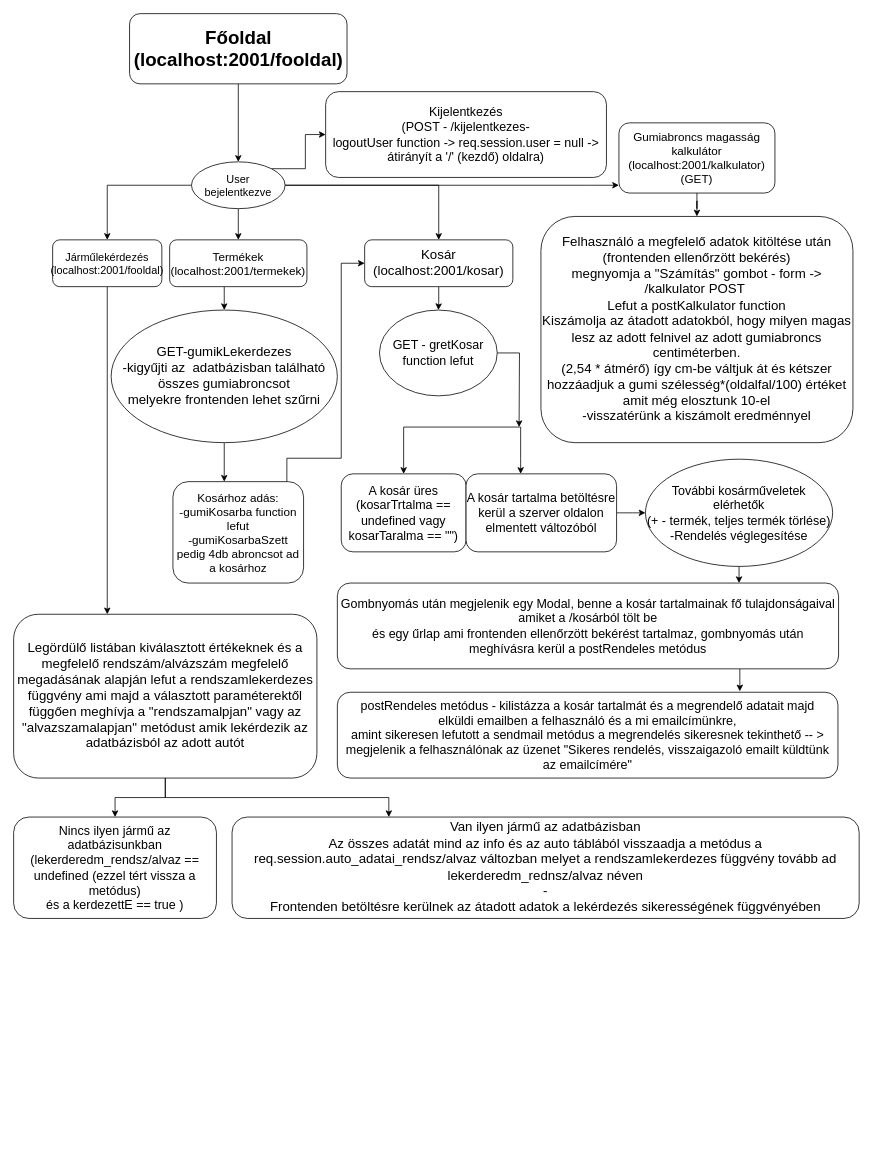
The draw.io diagram Pusoma/diagram2.drawio in szekelyaron/OKJ_vizsgaremek, before the edit. Source tidied: cells renumbered, new cells numbered last; positions are measured from the earlier drawing's top-left corner, leaving out a move shared by most shapes. Both pictures are drawn from the tidied source at 78%, with x=0, y=0 at pixel (13, 13).
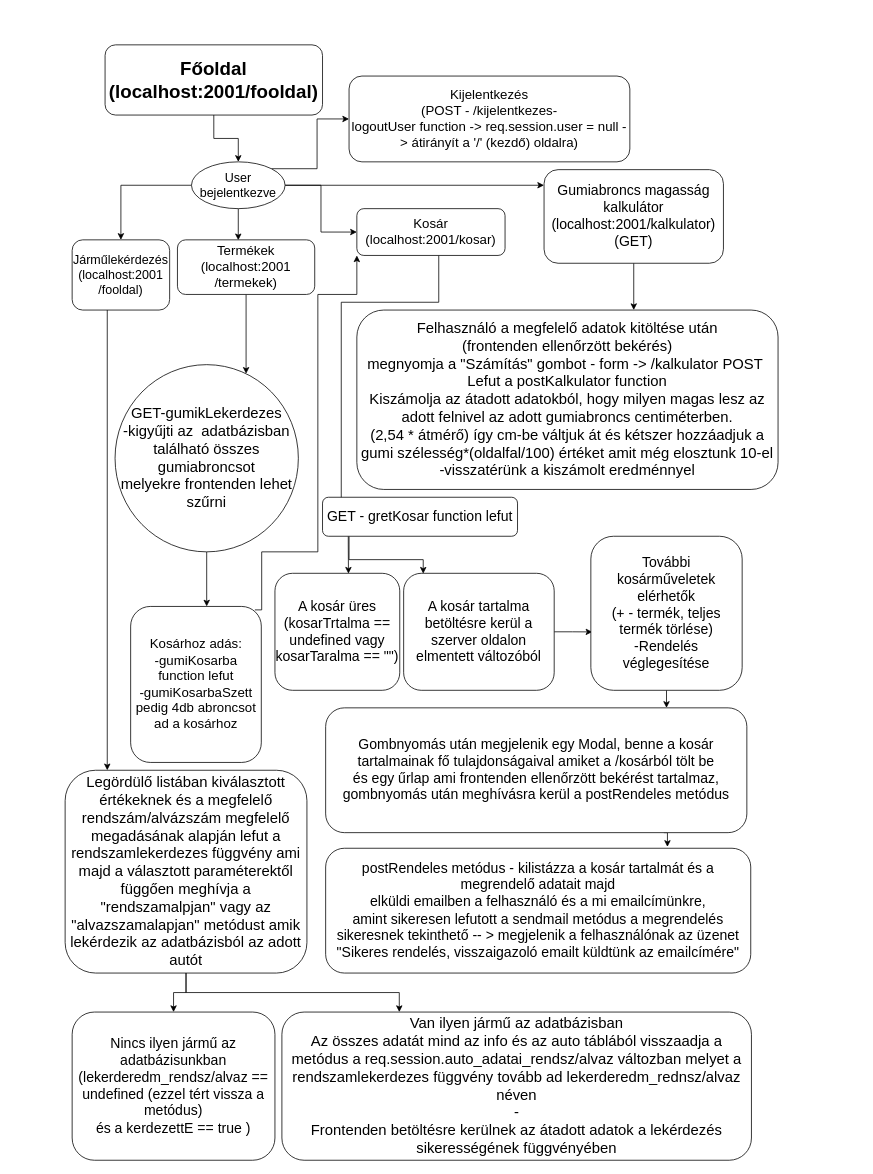
After the change.

Change to the diagram source:
```diff
@@
-    <mxCell id="2" style="edgeStyle=orthogonalEdgeStyle;rounded=0;jettySize=auto;html=1;fontSize=17;" parent="1" edge="1" source="3" target="9">
+    <mxCell id="2" style="edgeStyle=orthogonalEdgeStyle;rounded=0;jettySize=auto;html=1;entryX=0.5;entryY=0;entryDx=0;entryDy=0;" parent="1" edge="1" source="3" target="9">
       <mxGeometry relative="1" as="geometry" />
     </mxCell>
     <mxCell id="3" value="&lt;font style=&quot;font-size: 24px&quot;&gt;&lt;b&gt;Főoldal&lt;br&gt;(localhost:2001/fooldal)&lt;/b&gt;&lt;/font&gt;" style="rounded=1;whiteSpace=wrap;html=1;" parent="1" vertex="1">
-      <mxGeometry x="148.6" width="278.8" height="90" as="geometry" />
+      <mxGeometry x="117.2" y="40" width="278.8" height="90" as="geometry" />
     </mxCell>
@@
-    <mxCell id="5" style="edgeStyle=orthogonalEdgeStyle;rounded=0;jettySize=auto;html=1;fontSize=17;" parent="1" edge="1" source="9" target="14">
-      <mxGeometry relative="1" as="geometry" />
-    </mxCell>
@@
+    <mxCell id="5" style="edgeStyle=orthogonalEdgeStyle;rounded=0;jettySize=auto;html=1;entryX=0.443;entryY=0.007;entryDx=0;entryDy=0;entryPerimeter=0;fontSize=17;" parent="1" edge="1" source="9" target="14">
+      <mxGeometry relative="1" as="geometry" />
+    </mxCell>
-    <mxCell id="9" value="&lt;font style=&quot;font-size: 14px&quot;&gt;User bejelentkezve&lt;/font&gt;" style="ellipse;whiteSpace=wrap;html=1;rounded=1;" parent="1" vertex="1">
+    <mxCell id="9" value="&lt;font style=&quot;font-size: 16px&quot;&gt;User bejelentkezve&lt;/font&gt;" style="ellipse;whiteSpace=wrap;html=1;rounded=1;" parent="1" vertex="1">
       <mxGeometry x="228" y="190" width="120" height="60" as="geometry" />
     </mxCell>
-    <mxCell id="10" value="&lt;font style=&quot;font-size: 16px&quot;&gt;Kijelentkezés&lt;br&gt;(POST - /kijelentkezes- &lt;br&gt;logoutUser function -&amp;gt; req.session.user = null -&amp;gt; átirányít a '/' (kezdő) oldalra)&lt;/font&gt;" style="whiteSpace=wrap;html=1;rounded=1;" parent="1" vertex="1">
-      <mxGeometry x="400" y="100" width="360" height="110" as="geometry" />
+    <mxCell id="10" value="&lt;font style=&quot;font-size: 17px&quot;&gt;Kijelentkezés&lt;br&gt;(POST - /kijelentkezes- &lt;br&gt;logoutUser function -&amp;gt; req.session.user = null -&amp;gt; átirányít a '/' (kezdő) oldalra)&lt;/font&gt;" style="whiteSpace=wrap;html=1;rounded=1;" parent="1" vertex="1">
+      <mxGeometry x="430" y="80" width="360" height="110" as="geometry" />
     </mxCell>
@@
-    <mxCell id="12" value="&lt;font style=&quot;font-size: 14px&quot;&gt;Járműlekérdezés&lt;br&gt;(localhost:2001/fooldal)&lt;/font&gt;" style="whiteSpace=wrap;html=1;rounded=1;" parent="1" vertex="1">
-      <mxGeometry x="50" y="290" width="140" height="60" as="geometry" />
+    <mxCell id="12" value="&lt;font style=&quot;font-size: 16px&quot;&gt;Járműlekérdezés&lt;br&gt;(localhost:2001&lt;br&gt;/fooldal)&lt;/font&gt;" style="whiteSpace=wrap;html=1;rounded=1;" parent="1" vertex="1">
+      <mxGeometry x="75" y="290" width="125" height="90" as="geometry" />
     </mxCell>
@@
-    <mxCell id="14" value="&lt;font style=&quot;font-size: 15px&quot;&gt;Termékek&lt;br&gt;(localhost:2001/termekek)&lt;/font&gt;" style="whiteSpace=wrap;html=1;rounded=1;" parent="1" vertex="1">
-      <mxGeometry x="200" y="290" width="176" height="60" as="geometry" />
+    <mxCell id="14" value="&lt;font style=&quot;font-size: 17px&quot;&gt;Termékek&lt;br&gt;(localhost:2001&lt;br&gt;/termekek)&lt;/font&gt;" style="whiteSpace=wrap;html=1;rounded=1;" parent="1" vertex="1">
+      <mxGeometry x="210" y="290" width="176" height="70" as="geometry" />
     </mxCell>
-    <mxCell id="15" style="edgeStyle=orthogonalEdgeStyle;rounded=0;jettySize=auto;html=1;fontSize=17;" parent="1" edge="1" source="16" target="29">
-      <mxGeometry relative="1" as="geometry" />
+    <mxCell id="15" style="edgeStyle=orthogonalEdgeStyle;rounded=0;jettySize=auto;html=1;entryX=0.198;entryY=0.111;entryDx=0;entryDy=0;entryPerimeter=0;" parent="1" edge="1" source="16" target="29">
+      <mxGeometry relative="1" as="geometry">
+        <Array as="points">
+          <mxPoint x="545" y="370" />
+          <mxPoint x="420" y="370" />
+        </Array>
+      </mxGeometry>
     </mxCell>
     <mxCell id="16" value="&lt;font style=&quot;font-size: 17px&quot;&gt;Kosár&lt;br&gt;(localhost:2001/kosar)&lt;/font&gt;" style="whiteSpace=wrap;html=1;rounded=1;" parent="1" vertex="1">
-      <mxGeometry x="450" y="290" width="190" height="60" as="geometry" />
+      <mxGeometry x="440" y="250" width="190" height="60" as="geometry" />
     </mxCell>
     <mxCell id="17" style="edgeStyle=orthogonalEdgeStyle;rounded=0;jettySize=auto;html=1;" parent="1" edge="1" source="18" target="35">
-      <mxGeometry relative="1" as="geometry" />
+      <mxGeometry relative="1" as="geometry">
+        <Array as="points">
+          <mxPoint x="725" y="310" />
+          <mxPoint x="725" y="310" />
+        </Array>
+      </mxGeometry>
     </mxCell>
-    <mxCell id="18" value="&lt;font style=&quot;font-size: 15px&quot;&gt;Gumiabroncs magasság kalkulátor&lt;br&gt;(localhost:2001/kalkulator) (GET)&lt;/font&gt;" style="whiteSpace=wrap;html=1;rounded=1;" parent="1" vertex="1">
-      <mxGeometry x="776" y="140" width="200" height="90" as="geometry" />
+    <mxCell id="18" value="&lt;font style=&quot;font-size: 18px&quot;&gt;Gumiabroncs magasság kalkulátor&lt;br&gt;(localhost:2001/kalkulator) (GET)&lt;/font&gt;" style="whiteSpace=wrap;html=1;rounded=1;" parent="1" vertex="1">
+      <mxGeometry x="680" y="200" width="230" height="120" as="geometry" />
     </mxCell>
@@
-    <mxCell id="21" value="&lt;font style=&quot;font-size: 17px&quot;&gt;Legördülő listában kiválasztott értékeknek és a megfelelő rendszám/alvázszám megfelelő megadásának alapján lefut a rendszamlekerdezes függvény ami majd a választott paraméterektől függően meghívja a &quot;rendszamalpjan&quot; vagy az &quot;alvazszamalapjan&quot; metódust amik lekérdezik az adatbázisból az adott autót&lt;/font&gt;" style="whiteSpace=wrap;html=1;rounded=1;" parent="1" vertex="1">
-      <mxGeometry y="770" width="388.8" height="210" as="geometry" />
+    <mxCell id="21" value="&lt;font style=&quot;font-size: 19px&quot;&gt;Legördülő listában kiválasztott értékeknek és a megfelelő rendszám/alvázszám megfelelő megadásának alapján lefut a rendszamlekerdezes függvény ami majd a választott paraméterektől függően meghívja a &quot;rendszamalpjan&quot; vagy az &quot;alvazszamalapjan&quot; metódust amik lekérdezik az adatbázisból az adott autót&lt;/font&gt;" style="whiteSpace=wrap;html=1;rounded=1;" parent="1" vertex="1">
+      <mxGeometry x="66" y="970" width="310" height="260" as="geometry" />
     </mxCell>
@@
-    <mxCell id="23" value="&lt;font style=&quot;font-size: 17px&quot;&gt;GET-gumikLekerdezes&lt;br&gt;-kigyűjti az&amp;nbsp; adatbázisban található összes gumiabroncsot&lt;br&gt;melyekre frontenden lehet szűrni&lt;/font&gt;" style="ellipse;whiteSpace=wrap;html=1;rounded=1;" parent="1" vertex="1">
-      <mxGeometry x="125" y="380" width="290" height="170" as="geometry" />
-    </mxCell>
-    <mxCell id="24" style="edgeStyle=orthogonalEdgeStyle;rounded=0;jettySize=auto;html=1;entryX=0;entryY=0.5;entryDx=0;entryDy=0;exitX=0.872;exitY=-0.001;exitDx=0;exitDy=0;exitPerimeter=0;" parent="1" edge="1" source="25" target="16">
-      <mxGeometry relative="1" as="geometry">
-        <Array as="points">
-          <mxPoint x="350" y="600" />
-          <mxPoint x="350" y="570" />
-          <mxPoint x="420" y="570" />
-          <mxPoint x="420" y="320" />
-        </Array>
-      </mxGeometry>
-    </mxCell>
+    <mxCell id="42" style="edgeStyle=orthogonalEdgeStyle;rounded=0;orthogonalLoop=1;jettySize=auto;html=1;exitX=0.951;exitY=0.022;exitDx=0;exitDy=0;entryX=0;entryY=1;entryDx=0;entryDy=0;exitPerimeter=0;" parent="1" edge="1">
+      <mxGeometry relative="1" as="geometry">
+        <mxPoint x="309.3" y="764.4" as="sourcePoint" />
+        <mxPoint x="440" y="310" as="targetPoint" />
+        <Array as="points">
+          <mxPoint x="318" y="764" />
+          <mxPoint x="318" y="690" />
+          <mxPoint x="390" y="690" />
+          <mxPoint x="390" y="360" />
+          <mxPoint x="440" y="360" />
+        </Array>
+      </mxGeometry>
+    </mxCell>
-    <mxCell id="25" value="&lt;font style=&quot;font-size: 15px&quot;&gt;Kosárhoz adás:&lt;br&gt;-gumiKosarba function lefut&lt;br&gt;-gumiKosarbaSzett pedig 4db abroncsot ad a kosárhoz&lt;/font&gt;" style="whiteSpace=wrap;html=1;rounded=1;" parent="1" vertex="1">
-      <mxGeometry x="204.2" y="600" width="167.5" height="130" as="geometry" />
+    <mxCell id="25" value="&lt;font style=&quot;font-size: 17px&quot;&gt;Kosárhoz adás:&lt;br&gt;-gumiKosarba function lefut&lt;br&gt;-gumiKosarbaSzett pedig 4db abroncsot ad a kosárhoz&lt;/font&gt;" style="whiteSpace=wrap;html=1;rounded=1;" parent="1" vertex="1">
+      <mxGeometry x="150" y="760" width="167.5" height="200" as="geometry" />
     </mxCell>
-    <mxCell id="26" style="edgeStyle=orthogonalEdgeStyle;rounded=0;jettySize=auto;html=1;fontSize=17;" parent="1" edge="1" target="30">
-      <mxGeometry relative="1" as="geometry">
-        <mxPoint x="650" y="530" as="sourcePoint" />
-        <Array as="points">
-          <mxPoint x="650" y="530" />
-          <mxPoint x="500" y="530" />
-        </Array>
-      </mxGeometry>
-    </mxCell>
-    <mxCell id="27" style="edgeStyle=orthogonalEdgeStyle;rounded=0;jettySize=auto;html=1;fontSize=17;" parent="1" edge="1" target="32">
-      <mxGeometry relative="1" as="geometry">
-        <mxPoint x="650" y="530" as="sourcePoint" />
-        <Array as="points">
-          <mxPoint x="650" y="570" />
-          <mxPoint x="650" y="570" />
-        </Array>
-      </mxGeometry>
-    </mxCell>
-    <mxCell id="28" style="edgeStyle=orthogonalEdgeStyle;rounded=0;jettySize=auto;html=1;" parent="1" edge="1" source="29">
-      <mxGeometry relative="1" as="geometry">
-        <mxPoint x="648" y="530" as="targetPoint" />
-      </mxGeometry>
-    </mxCell>
+    <mxCell id="43" style="edgeStyle=orthogonalEdgeStyle;rounded=0;jettySize=auto;html=1;entryX=0.13;entryY=0.003;entryDx=0;entryDy=0;entryPerimeter=0;" parent="1" edge="1" source="29" target="32">
+      <mxGeometry relative="1" as="geometry">
+        <Array as="points">
+          <mxPoint x="430" y="700" />
+          <mxPoint x="525" y="700" />
+        </Array>
+      </mxGeometry>
+    </mxCell>
+    <mxCell id="44" style="edgeStyle=orthogonalEdgeStyle;rounded=0;jettySize=auto;html=1;entryX=0.589;entryY=0.003;entryDx=0;entryDy=0;entryPerimeter=0;" parent="1" edge="1" source="29" target="30">
+      <mxGeometry relative="1" as="geometry">
+        <Array as="points">
+          <mxPoint x="429" y="680" />
+          <mxPoint x="429" y="680" />
+        </Array>
+      </mxGeometry>
+    </mxCell>
-    <mxCell id="29" value="&lt;font style=&quot;font-size: 16px&quot;&gt;GET - gretKosar function lefut&lt;/font&gt;" style="ellipse;whiteSpace=wrap;html=1;rounded=1;" parent="1" vertex="1">
-      <mxGeometry x="469" y="380" width="151" height="110" as="geometry" />
+    <mxCell id="29" value="&lt;font style=&quot;font-size: 18px&quot;&gt;GET - gretKosar function lefut&lt;/font&gt;" style="whiteSpace=wrap;html=1;rounded=1;" parent="1" vertex="1">
+      <mxGeometry x="396" y="620" width="250" height="50" as="geometry" />
     </mxCell>
-    <mxCell id="30" value="&lt;font style=&quot;font-size: 16px&quot;&gt;&lt;font style=&quot;font-size: 16px&quot;&gt;A kosár üres&lt;/font&gt;&lt;br&gt;(kosarTrtalma == undefined vagy&lt;br&gt;kosarTaralma == &quot;&quot;)&lt;/font&gt;" style="whiteSpace=wrap;html=1;rounded=1;" parent="1" vertex="1">
-      <mxGeometry x="420" y="590" width="160" height="100" as="geometry" />
+    <mxCell id="30" value="&lt;font style=&quot;font-size: 18px&quot;&gt;&lt;font style=&quot;font-size: 18px&quot;&gt;A kosár üres&lt;/font&gt;&lt;br&gt;(kosarTrtalma == undefined vagy&lt;br&gt;kosarTaralma == &quot;&quot;)&lt;/font&gt;" style="whiteSpace=wrap;html=1;rounded=1;" parent="1" vertex="1">
+      <mxGeometry x="335" y="717.5" width="160" height="150" as="geometry" />
     </mxCell>
-    <mxCell id="31" style="edgeStyle=orthogonalEdgeStyle;rounded=0;jettySize=auto;html=1;fontSize=17;" parent="1" edge="1" source="32" target="34">
+    <mxCell id="31" style="edgeStyle=orthogonalEdgeStyle;rounded=0;jettySize=auto;html=1;entryX=0.01;entryY=0.621;entryDx=0;entryDy=0;entryPerimeter=0;" parent="1" edge="1" source="32" target="34">
       <mxGeometry relative="1" as="geometry" />
     </mxCell>
-    <mxCell id="32" value="&lt;font style=&quot;font-size: 16px&quot;&gt;A kosár tartalma betöltésre kerül a szerver oldalon elmentett változóból&lt;/font&gt;" style="whiteSpace=wrap;html=1;rounded=1;" parent="1" vertex="1">
-      <mxGeometry x="580" y="590" width="193" height="100" as="geometry" />
+    <mxCell id="32" value="&lt;font style=&quot;font-size: 18px&quot;&gt;A kosár tartalma betöltésre kerül a szerver oldalon elmentett változóból&lt;/font&gt;" style="whiteSpace=wrap;html=1;rounded=1;" parent="1" vertex="1">
+      <mxGeometry x="500" y="717.5" width="193" height="150" as="geometry" />
     </mxCell>
@@
-    <mxCell id="34" value="&lt;font style=&quot;font-size: 16px&quot;&gt;További kosárműveletek elérhetők&lt;br&gt;(+ - termék, teljes termék törlése)&lt;br&gt;-Rendelés véglegesítése&lt;/font&gt;" style="ellipse;whiteSpace=wrap;html=1;rounded=1;" parent="1" vertex="1">
-      <mxGeometry x="810" y="571.2" width="240" height="137.5" as="geometry" />
+    <mxCell id="34" value="&lt;font style=&quot;font-size: 18px&quot;&gt;További kosárműveletek elérhetők&lt;br&gt;(+ - termék, teljes termék törlése)&lt;br&gt;-Rendelés véglegesítése&lt;/font&gt;" style="whiteSpace=wrap;html=1;rounded=1;" parent="1" vertex="1">
+      <mxGeometry x="740" y="670" width="194" height="197.5" as="geometry" />
     </mxCell>
-    <mxCell id="35" value="&lt;font style=&quot;font-size: 17px&quot;&gt;Felhasználó a megfelelő adatok kitöltése után&lt;br&gt;(frontenden ellenőrzött bekérés)&lt;br&gt;megnyomja a &quot;Számítás&quot; gombot - form -&amp;gt; /kalkulator POST&amp;nbsp;&lt;br&gt;Lefut a postKalkulator function&lt;br&gt;Kiszámolja az átadott adatokból, hogy milyen magas lesz az adott felnivel az adott gumiabroncs centiméterben.&lt;br&gt;(2,54 * átmérő) így cm-be váltjuk át és kétszer hozzáadjuk a gumi szélesség*(oldalfal/100) értéket amit még elosztunk 10-el&lt;br&gt;-visszatérünk a kiszámolt eredménnyel&lt;/font&gt;" style="whiteSpace=wrap;html=1;rounded=1;" parent="1" vertex="1">
-      <mxGeometry x="676" y="260" width="400" height="290" as="geometry" />
+    <mxCell id="35" value="&lt;font style=&quot;font-size: 19px&quot;&gt;Felhasználó a megfelelő adatok kitöltése után&lt;br&gt;(frontenden ellenőrzött bekérés)&lt;br&gt;megnyomja a &quot;Számítás&quot; gombot - form -&amp;gt; /kalkulator POST&amp;nbsp;&lt;br&gt;Lefut a postKalkulator function&lt;br&gt;Kiszámolja az átadott adatokból, hogy milyen magas lesz az adott felnivel az adott gumiabroncs centiméterben.&lt;br&gt;(2,54 * átmérő) így cm-be váltjuk át és kétszer hozzáadjuk a gumi szélesség*(oldalfal/100) értéket amit még elosztunk 10-el&lt;br&gt;-visszatérünk a kiszámolt eredménnyel&lt;/font&gt;" style="whiteSpace=wrap;html=1;rounded=1;" parent="1" vertex="1">
+      <mxGeometry x="440" y="380" width="540" height="230" as="geometry" />
     </mxCell>
-    <mxCell id="36" value="&lt;font style=&quot;font-size: 16px&quot;&gt;Nincs ilyen jármű az adatbázisunkban&lt;br&gt;(lekerderedm_rendsz/alvaz == undefined (ezzel tért vissza a metódus)&lt;br&gt;és a kerdezettE == true )&lt;/font&gt;" style="whiteSpace=wrap;html=1;rounded=1;" parent="1" vertex="1">
-      <mxGeometry y="1030" width="260" height="130" as="geometry" />
+    <mxCell id="36" value="&lt;font style=&quot;font-size: 18px&quot;&gt;Nincs ilyen jármű az adatbázisunkban&lt;br&gt;(lekerderedm_rendsz/alvaz == undefined (ezzel tért vissza a metódus)&lt;br&gt;és a kerdezettE == true )&lt;/font&gt;" style="whiteSpace=wrap;html=1;rounded=1;" parent="1" vertex="1">
+      <mxGeometry x="75" y="1280" width="260" height="190" as="geometry" />
     </mxCell>
-    <mxCell id="37" value="&lt;font style=&quot;font-size: 17px&quot;&gt;Van ilyen jármű az adatbázisban&lt;br&gt;Az összes adatát mind az info és az auto táblából visszaadja a metódus a req.session.auto_adatai_rendsz/alvaz változban melyet a rendszamlekerdezes függvény tovább ad lekerderedm_rednsz/alvaz néven&lt;br&gt;-&lt;br&gt;Frontenden betöltésre kerülnek az átadott adatok a lekérdezés sikerességének függvényében&lt;/font&gt;" style="whiteSpace=wrap;html=1;rounded=1;" parent="1" vertex="1">
-      <mxGeometry x="280" y="1030" width="804" height="130" as="geometry" />
+    <mxCell id="37" value="&lt;font style=&quot;font-size: 19px&quot;&gt;Van ilyen jármű az adatbázisban&lt;br&gt;Az összes adatát mind az info és az auto táblából visszaadja a metódus a req.session.auto_adatai_rendsz/alvaz változban melyet a rendszamlekerdezes függvény tovább ad lekerderedm_rednsz/alvaz néven&lt;br&gt;-&lt;br&gt;Frontenden betöltésre kerülnek az átadott adatok a lekérdezés sikerességének függvényében&lt;/font&gt;" style="whiteSpace=wrap;html=1;rounded=1;" parent="1" vertex="1">
+      <mxGeometry x="343.9" y="1280" width="602" height="190" as="geometry" />
     </mxCell>
@@
-    <mxCell id="39" value="&lt;font style=&quot;font-size: 16px&quot;&gt;Gombnyomás után megjelenik egy Modal, benne a kosár tartalmainak fő tulajdonságaival amiket a /kosárból tölt be&lt;br&gt;és egy űrlap ami frontenden ellenőrzött bekérést tartalmaz, gombnyomás után meghívásra kerül a postRendeles metódus&lt;/font&gt;" style="whiteSpace=wrap;html=1;rounded=1;" parent="1" vertex="1">
-      <mxGeometry x="415" y="730" width="642.6" height="110" as="geometry" />
+    <mxCell id="39" value="&lt;font style=&quot;font-size: 18px&quot;&gt;Gombnyomás után megjelenik egy Modal, benne a kosár tartalmainak fő tulajdonságaival amiket a /kosárból tölt be&lt;br&gt;és egy űrlap ami frontenden ellenőrzött bekérést tartalmaz, gombnyomás után meghívásra kerül a postRendeles metódus&lt;/font&gt;" style="whiteSpace=wrap;html=1;rounded=1;" parent="1" vertex="1">
+      <mxGeometry x="400" y="890" width="540" height="160" as="geometry" />
     </mxCell>
-    <mxCell id="40" value="&lt;font style=&quot;font-size: 16px&quot;&gt;postRendeles metódus - kilistázza a kosár tartalmát és a megrendelő adatait majd&lt;br&gt;elküldi emailben a felhasználó és a mi emailcímünkre,&lt;br&gt;amint sikeresen lefutott a sendmail metódus a megrendelés sikeresnek tekinthető -- &amp;gt; megjelenik a felhasználónak az üzenet &quot;Sikeres rendelés, visszaigazoló emailt küldtünk az emailcímére&quot;&lt;/font&gt;" style="whiteSpace=wrap;html=1;rounded=1;" parent="1" vertex="1">
-      <mxGeometry x="415" y="870" width="641.8" height="110" as="geometry" />
+    <mxCell id="40" value="&lt;font style=&quot;font-size: 18px&quot;&gt;postRendeles metódus - kilistázza a kosár tartalmát és a megrendelő adatait majd&lt;br&gt;elküldi emailben a felhasználó és a mi emailcímünkre,&lt;br&gt;amint sikeresen lefutott a sendmail metódus a megrendelés sikeresnek tekinthető -- &amp;gt; megjelenik a felhasználónak az üzenet &quot;Sikeres rendelés, visszaigazoló emailt küldtünk az emailcímére&quot;&lt;/font&gt;" style="whiteSpace=wrap;html=1;rounded=1;" parent="1" vertex="1">
+      <mxGeometry x="400" y="1070" width="545" height="160" as="geometry" />
     </mxCell>
-    <mxCell id="41" style="edgeStyle=orthogonalEdgeStyle;rounded=0;orthogonalLoop=1;jettySize=auto;html=1;exitX=0.5;exitY=1;exitDx=0;exitDy=0;fontSize=16;" parent="1" edge="1" source="3" target="3">
-      <mxGeometry relative="1" as="geometry" />
-    </mxCell>
+    <mxCell id="23" value="&lt;font style=&quot;font-size: 19px&quot;&gt;GET-gumikLekerdezes&lt;br&gt;-kigyűjti az&amp;nbsp; adatbázisban található összes gumiabroncsot&lt;br&gt;melyekre frontenden lehet szűrni&lt;/font&gt;" style="ellipse;whiteSpace=wrap;html=1;rounded=1;" parent="1" vertex="1">
+      <mxGeometry x="130" y="450" width="235" height="240" as="geometry" />
+    </mxCell>
```
